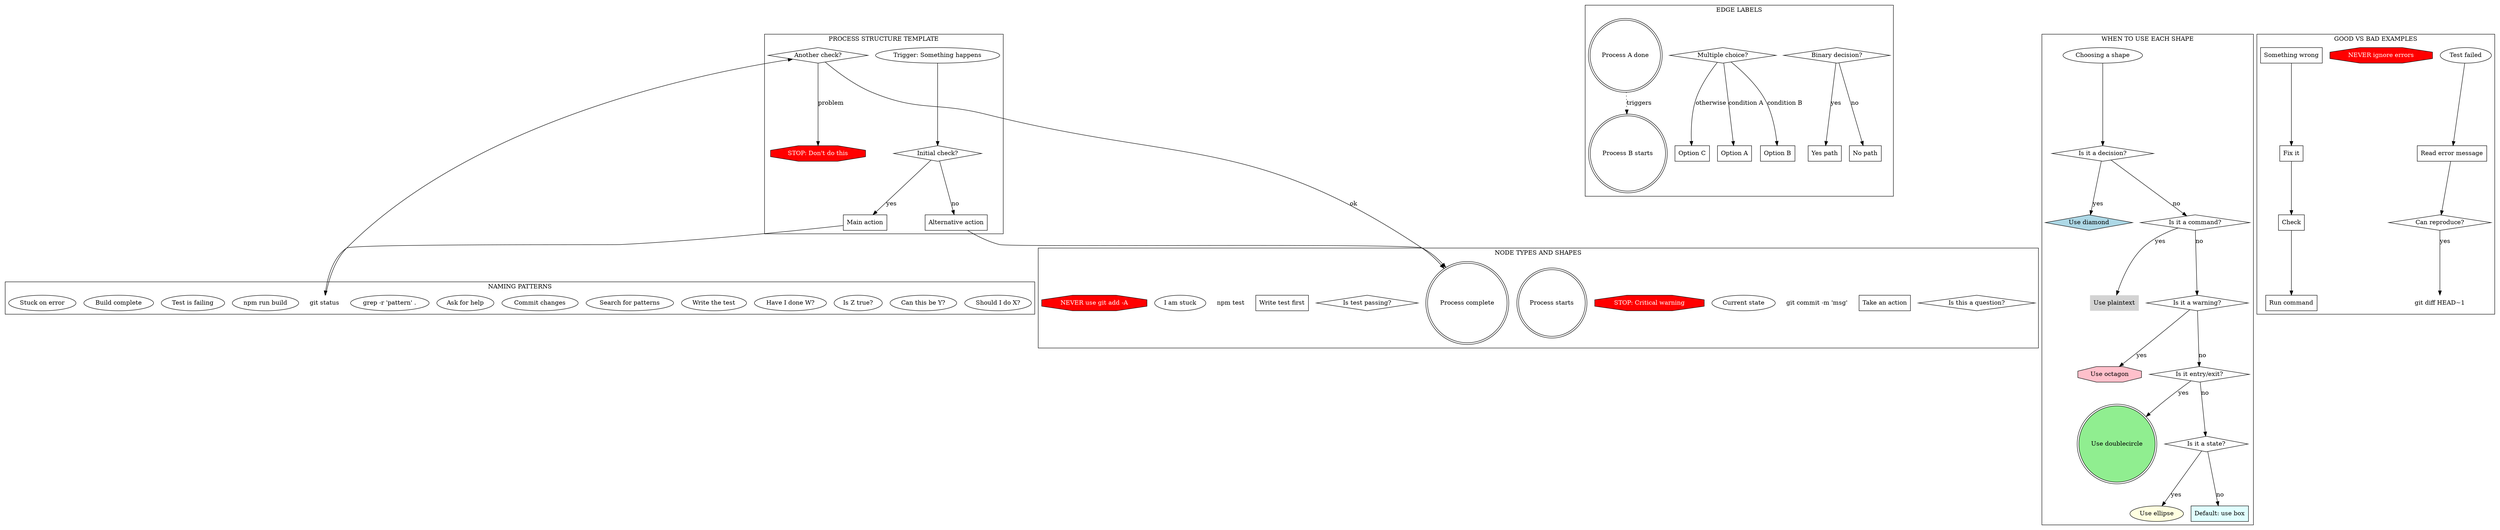
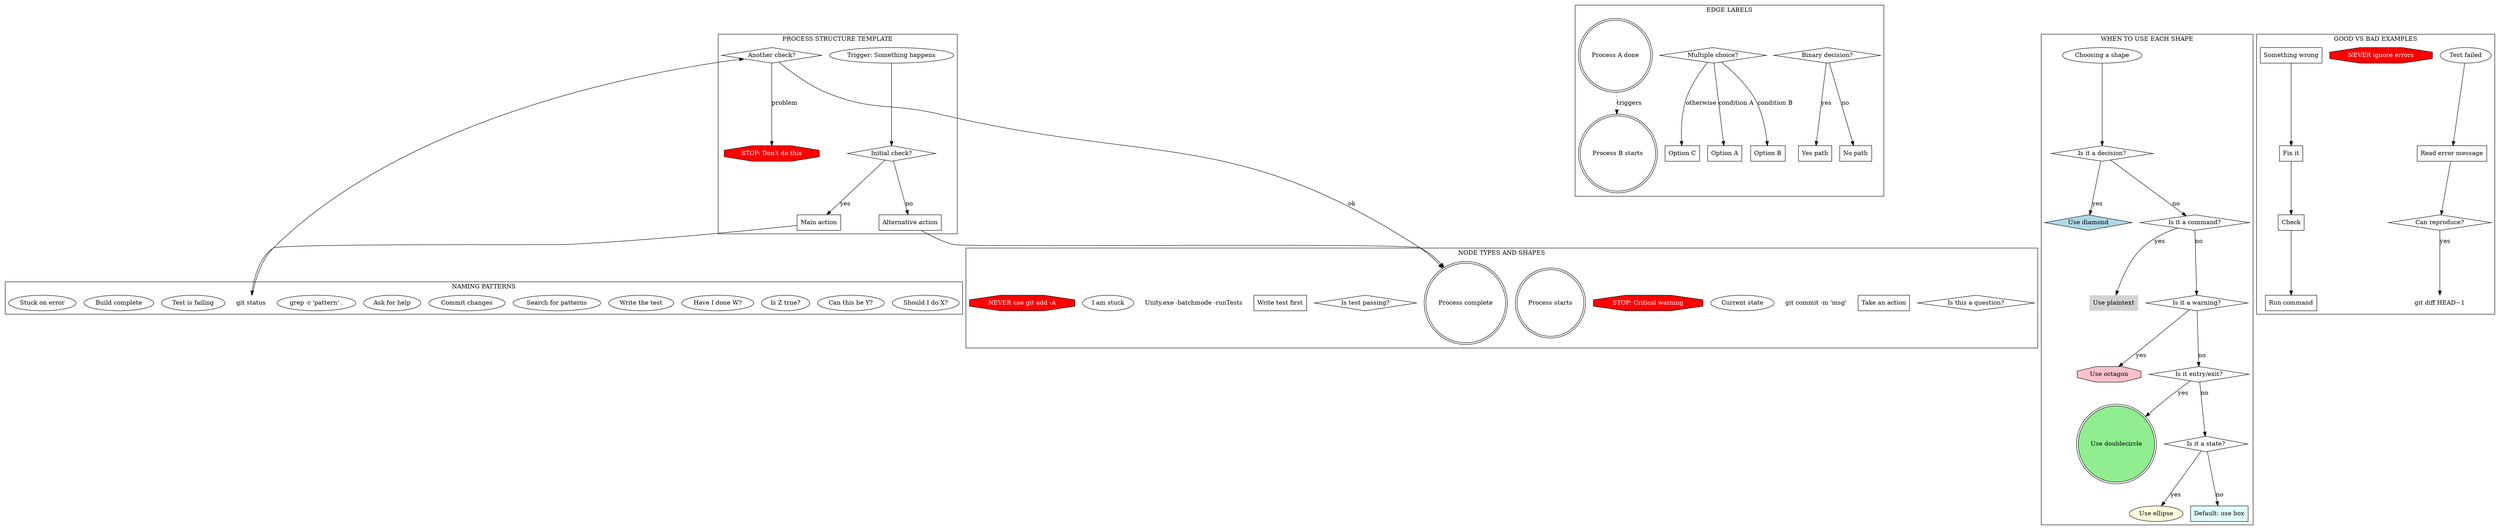
digraph STYLE_GUIDE {
    // The style guide for our process DSL, written in the DSL itself

    // Node type examples with their shapes
    subgraph cluster_node_types {
        label="NODE TYPES AND SHAPES";

        // Questions are diamonds
        "Is this a question?" [shape=diamond];

        // Actions are boxes (default)
        "Take an action" [shape=box];

        // Commands are plaintext
        "git commit -m 'msg'" [shape=plaintext];

        // States are ellipses
        "Current state" [shape=ellipse];

        // Warnings are octagons
        "STOP: Critical warning" [shape=octagon, style=filled, fillcolor=red, fontcolor=white];

        // Entry/exit are double circles
        "Process starts" [shape=doublecircle];
        "Process complete" [shape=doublecircle];

        // Examples of each
        "Is test passing?" [shape=diamond];
        "Write test first" [shape=box];
-         "npm test" [shape=plaintext];
+         "Unity.exe -batchmode -runTests" [shape=plaintext];
        "I am stuck" [shape=ellipse];
        "NEVER use git add -A" [shape=octagon, style=filled, fillcolor=red, fontcolor=white];
    }

    // Edge naming conventions
    subgraph cluster_edge_types {
        label="EDGE LABELS";

        "Binary decision?" [shape=diamond];
        "Yes path" [shape=box];
        "No path" [shape=box];

        "Binary decision?" -> "Yes path" [label="yes"];
        "Binary decision?" -> "No path" [label="no"];

        "Multiple choice?" [shape=diamond];
        "Option A" [shape=box];
        "Option B" [shape=box];
        "Option C" [shape=box];

        "Multiple choice?" -> "Option A" [label="condition A"];
        "Multiple choice?" -> "Option B" [label="condition B"];
        "Multiple choice?" -> "Option C" [label="otherwise"];

        "Process A done" [shape=doublecircle];
        "Process B starts" [shape=doublecircle];

        "Process A done" -> "Process B starts" [label="triggers", style=dotted];
    }

    // Naming patterns
    subgraph cluster_naming_patterns {
        label="NAMING PATTERNS";

        // Questions end with ?
        "Should I do X?";
        "Can this be Y?";
        "Is Z true?";
        "Have I done W?";

        // Actions start with verb
        "Write the test";
        "Search for patterns";
        "Commit changes";
        "Ask for help";

        // Commands are literal
        "grep -r 'pattern' .";
        "git status";
-         "npm run build";
+         "Unity.exe -batchmode -runTests";

        // States describe situation
        "Test is failing";
        "Build complete";
        "Stuck on error";
    }

    // Process structure template
    subgraph cluster_structure {
        label="PROCESS STRUCTURE TEMPLATE";

        "Trigger: Something happens" [shape=ellipse];
        "Initial check?" [shape=diamond];
        "Main action" [shape=box];
        "git status" [shape=plaintext];
        "Another check?" [shape=diamond];
        "Alternative action" [shape=box];
        "STOP: Don't do this" [shape=octagon, style=filled, fillcolor=red, fontcolor=white];
        "Process complete" [shape=doublecircle];

        "Trigger: Something happens" -> "Initial check?";
        "Initial check?" -> "Main action" [label="yes"];
        "Initial check?" -> "Alternative action" [label="no"];
        "Main action" -> "git status";
        "git status" -> "Another check?";
        "Another check?" -> "Process complete" [label="ok"];
        "Another check?" -> "STOP: Don't do this" [label="problem"];
        "Alternative action" -> "Process complete";
    }

    // When to use which shape
    subgraph cluster_shape_rules {
        label="WHEN TO USE EACH SHAPE";

        "Choosing a shape" [shape=ellipse];

        "Is it a decision?" [shape=diamond];
        "Use diamond" [shape=diamond, style=filled, fillcolor=lightblue];

        "Is it a command?" [shape=diamond];
        "Use plaintext" [shape=plaintext, style=filled, fillcolor=lightgray];

        "Is it a warning?" [shape=diamond];
        "Use octagon" [shape=octagon, style=filled, fillcolor=pink];

        "Is it entry/exit?" [shape=diamond];
        "Use doublecircle" [shape=doublecircle, style=filled, fillcolor=lightgreen];

        "Is it a state?" [shape=diamond];
        "Use ellipse" [shape=ellipse, style=filled, fillcolor=lightyellow];

        "Default: use box" [shape=box, style=filled, fillcolor=lightcyan];

        "Choosing a shape" -> "Is it a decision?";
        "Is it a decision?" -> "Use diamond" [label="yes"];
        "Is it a decision?" -> "Is it a command?" [label="no"];
        "Is it a command?" -> "Use plaintext" [label="yes"];
        "Is it a command?" -> "Is it a warning?" [label="no"];
        "Is it a warning?" -> "Use octagon" [label="yes"];
        "Is it a warning?" -> "Is it entry/exit?" [label="no"];
        "Is it entry/exit?" -> "Use doublecircle" [label="yes"];
        "Is it entry/exit?" -> "Is it a state?" [label="no"];
        "Is it a state?" -> "Use ellipse" [label="yes"];
        "Is it a state?" -> "Default: use box" [label="no"];
    }

    // Good vs bad examples
    subgraph cluster_examples {
        label="GOOD VS BAD EXAMPLES";

        // Good: specific and shaped correctly
        "Test failed" [shape=ellipse];
        "Read error message" [shape=box];
        "Can reproduce?" [shape=diamond];
        "git diff HEAD~1" [shape=plaintext];
        "NEVER ignore errors" [shape=octagon, style=filled, fillcolor=red, fontcolor=white];

        "Test failed" -> "Read error message";
        "Read error message" -> "Can reproduce?";
        "Can reproduce?" -> "git diff HEAD~1" [label="yes"];

        // Bad: vague and wrong shapes
        bad_1 [label="Something wrong", shape=box];  // Should be ellipse (state)
        bad_2 [label="Fix it", shape=box];  // Too vague
        bad_3 [label="Check", shape=box];  // Should be diamond
        bad_4 [label="Run command", shape=box];  // Should be plaintext with actual command

        bad_1 -> bad_2;
        bad_2 -> bad_3;
        bad_3 -> bad_4;
    }
- }+ }
